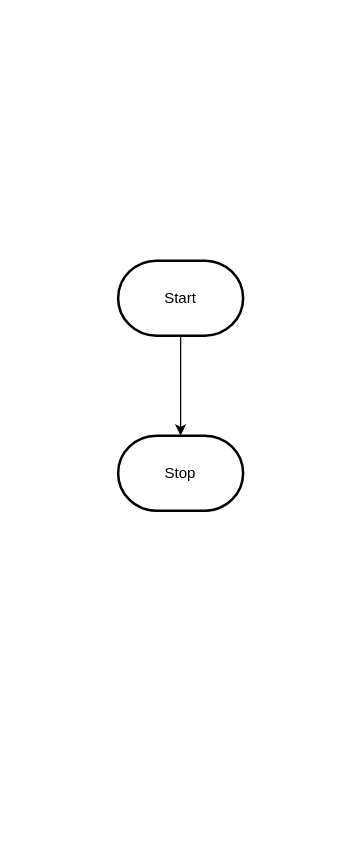
The draw.io diagram design/flowchart.drawio in MTHS-ICD2O-1-2023/ICD2O-Unit-5-07-manya-feng, before the edit. Source tidied: cells renumbered, new cells numbered last; positions are measured from the earlier drawing's top-left corner, leaving out a move shared by most shapes. Both pictures are drawn from the tidied source at 125%, with x=0, y=0 at pixel (118, 260).
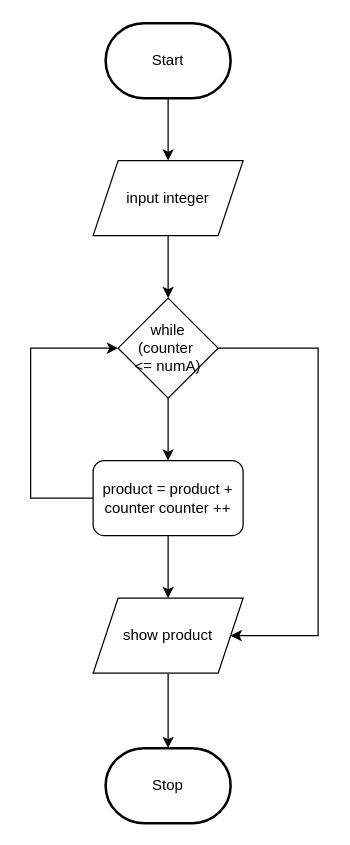
Above is the later version.

What changed in the source:
```diff
@@
 <mxGraphModel>
   <root>
     <mxCell id="0" />
     <mxCell id="1" parent="0" />
-    <mxCell id="2" style="edgeStyle=orthogonalEdgeStyle;html=1;rounded=0;" parent="1" edge="1" source="3" target="4">
-      <mxGeometry relative="1" as="geometry" />
-    </mxCell>
+    <mxCell id="5" style="edgeStyle=none;html=1;exitX=0.5;exitY=1;exitDx=0;exitDy=0;exitPerimeter=0;" parent="1" edge="1" source="3" target="2">
+      <mxGeometry relative="1" as="geometry" />
+    </mxCell>
     <mxCell id="3" value="Start" style="strokeWidth=2;html=1;shape=mxgraph.flowchart.terminator;whiteSpace=wrap;" parent="1" vertex="1">
-      <mxGeometry width="100" height="60" as="geometry" />
+      <mxGeometry x="-10" y="-190" width="100" height="60" as="geometry" />
     </mxCell>
     <mxCell id="4" value="Stop" style="strokeWidth=2;html=1;shape=mxgraph.flowchart.terminator;whiteSpace=wrap;" parent="1" vertex="1">
-      <mxGeometry y="140" width="100" height="60" as="geometry" />
+      <mxGeometry x="-10" y="390" width="100" height="60" as="geometry" />
     </mxCell>
+    <mxCell id="6" style="edgeStyle=none;html=1;exitX=0.5;exitY=1;exitDx=0;exitDy=0;entryX=0.5;entryY=0;entryDx=0;entryDy=0;" parent="1" edge="1" source="2" target="9">
+      <mxGeometry relative="1" as="geometry" />
+    </mxCell>
+    <mxCell id="2" value="input integer" style="shape=parallelogram;perimeter=parallelogramPerimeter;whiteSpace=wrap;html=1;fixedSize=1;" parent="1" vertex="1">
+      <mxGeometry x="-20" y="-80" width="120" height="60" as="geometry" />
+    </mxCell>
+    <mxCell id="7" style="edgeStyle=none;html=1;exitX=0.5;exitY=1;exitDx=0;exitDy=0;entryX=0.5;entryY=0;entryDx=0;entryDy=0;" parent="1" edge="1" source="9" target="14">
+      <mxGeometry relative="1" as="geometry" />
+    </mxCell>
+    <mxCell id="8" style="edgeStyle=none;html=1;exitX=1;exitY=0.5;exitDx=0;exitDy=0;entryX=1;entryY=0.5;entryDx=0;entryDy=0;rounded=0;" parent="1" edge="1" source="9" target="11">
+      <mxGeometry relative="1" as="geometry">
+        <Array as="points">
+          <mxPoint x="160" y="70" />
+          <mxPoint x="160" y="300" />
+        </Array>
+      </mxGeometry>
+    </mxCell>
+    <mxCell id="9" value="while&lt;br&gt;(counter&amp;nbsp;&lt;br&gt;&amp;lt;= numA)" style="rhombus;whiteSpace=wrap;html=1;" parent="1" vertex="1">
+      <mxGeometry y="30" width="80" height="80" as="geometry" />
+    </mxCell>
+    <mxCell id="10" style="edgeStyle=none;html=1;exitX=0.5;exitY=1;exitDx=0;exitDy=0;entryX=0.5;entryY=0;entryDx=0;entryDy=0;entryPerimeter=0;" parent="1" edge="1" source="11" target="4">
+      <mxGeometry relative="1" as="geometry" />
+    </mxCell>
+    <mxCell id="11" value="show product" style="shape=parallelogram;perimeter=parallelogramPerimeter;whiteSpace=wrap;html=1;fixedSize=1;" parent="1" vertex="1">
+      <mxGeometry x="-20" y="270" width="120" height="60" as="geometry" />
+    </mxCell>
+    <mxCell id="12" style="edgeStyle=none;html=1;exitX=0.5;exitY=1;exitDx=0;exitDy=0;entryX=0.5;entryY=0;entryDx=0;entryDy=0;" parent="1" edge="1" source="14" target="11">
+      <mxGeometry relative="1" as="geometry" />
+    </mxCell>
+    <mxCell id="13" style="edgeStyle=none;rounded=0;html=1;exitX=0;exitY=0.5;exitDx=0;exitDy=0;entryX=0;entryY=0.5;entryDx=0;entryDy=0;" parent="1" edge="1" source="14" target="9">
+      <mxGeometry relative="1" as="geometry">
+        <Array as="points">
+          <mxPoint x="-70" y="190" />
+          <mxPoint x="-70" y="70" />
+        </Array>
+      </mxGeometry>
+    </mxCell>
+    <mxCell id="14" value="product = product + counter counter ++" style="rounded=1;whiteSpace=wrap;html=1;" parent="1" vertex="1">
+      <mxGeometry x="-20" y="160" width="120" height="60" as="geometry" />
+    </mxCell>
   </root>
 </mxGraphModel>
```
